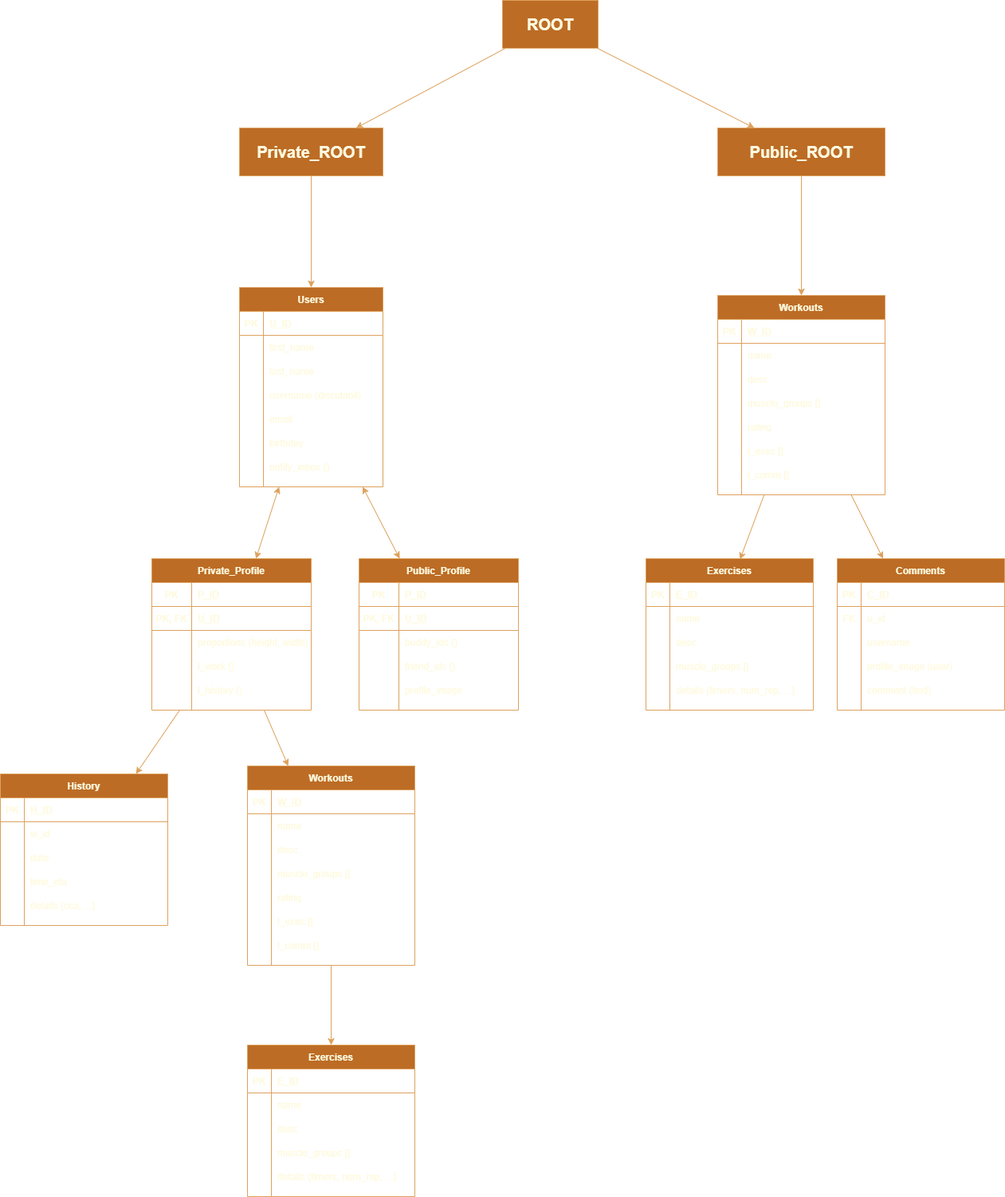
The draw.io diagram database.png in Dawlau/Fitwork, before a commit. Source tidied: cells renumbered, new cells last; positions are measured from the earlier drawing's top-left corner, leaving out a move shared by most shapes.
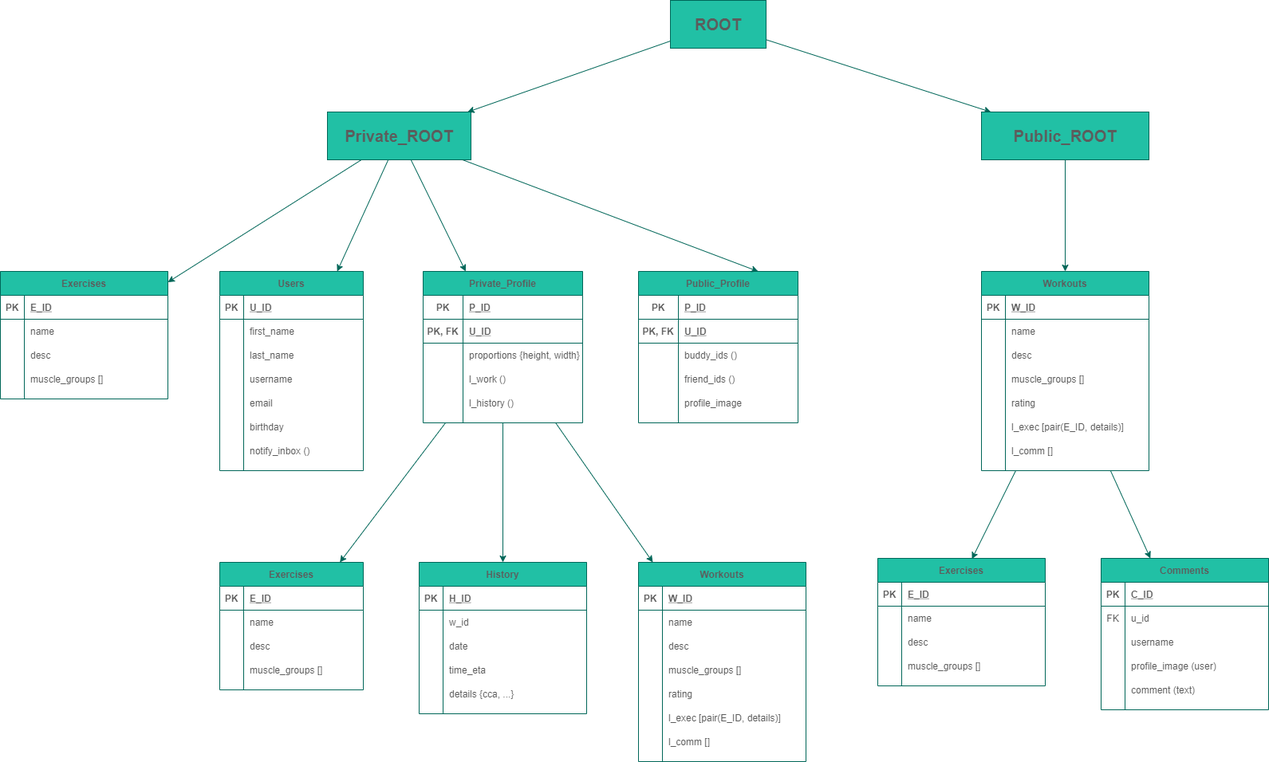
After the change.

Commit message:
updated database scheme

Change to the diagram source:
```diff
@@ -5,3 +5,3 @@
     <mxCell id="2" value="Users" style="shape=table;startSize=30;rowLines=0;fontStyle=1;align=center;fillColor=#21C0A5;strokeColor=#006658;fontColor=#5C5C5C;" parent="1" vertex="1">
-      <mxGeometry x="300" y="360" width="180" height="250" as="geometry" />
+      <mxGeometry x="255" y="360" width="180" height="250" as="geometry" />
     </mxCell>
@@ -40,3 +40,3 @@
     </mxCell>
-    <mxCell id="14" value="username (discutabil)" style="shape=partialRectangle;fillColor=none;top=0;left=0;bottom=0;right=0;align=left;spacingLeft=6;overflow=hidden;strokeColor=#006658;fontColor=#5C5C5C;" parent="12" vertex="1">
+    <mxCell id="14" value="username" style="shape=partialRectangle;fillColor=none;top=0;left=0;bottom=0;right=0;align=left;spacingLeft=6;overflow=hidden;strokeColor=#006658;fontColor=#5C5C5C;" parent="12" vertex="1">
       <mxGeometry x="30" width="150" height="30" as="geometry" />
@@ -70,52 +70,4 @@
     </mxCell>
-    <mxCell id="24" value="Exercises" style="shape=table;startSize=30;rowLines=0;fontStyle=1;align=center;fillColor=#21C0A5;strokeColor=#006658;fontColor=#5C5C5C;" parent="1" vertex="1">
-      <mxGeometry x="310" y="1310" width="210" height="190" as="geometry" />
-    </mxCell>
-    <mxCell id="25" style="shape=partialRectangle;fillColor=none;top=0;left=0;bottom=1;right=0;strokeColor=#006658;fontColor=#5C5C5C;" parent="24" vertex="1">
-      <mxGeometry y="30" width="210" height="30" as="geometry" />
-    </mxCell>
-    <mxCell id="26" value="PK" style="shape=partialRectangle;fillColor=none;top=0;left=0;bottom=0;right=0;fontStyle=1;overflow=hidden;strokeColor=#006658;fontColor=#5C5C5C;" parent="25" vertex="1">
-      <mxGeometry width="30" height="30" as="geometry" />
-    </mxCell>
-    <mxCell id="27" value="E_ID" style="shape=partialRectangle;fillColor=none;top=0;left=0;bottom=0;right=0;align=left;spacingLeft=6;fontStyle=5;overflow=hidden;strokeColor=#006658;fontColor=#5C5C5C;" parent="25" vertex="1">
-      <mxGeometry x="30" width="180" height="30" as="geometry" />
-    </mxCell>
-    <mxCell id="28" style="shape=partialRectangle;fillColor=none;top=0;left=0;bottom=0;right=0;strokeColor=#006658;fontColor=#5C5C5C;" parent="24" vertex="1">
-      <mxGeometry y="60" width="210" height="30" as="geometry" />
-    </mxCell>
-    <mxCell id="29" style="shape=partialRectangle;fillColor=none;top=0;left=0;bottom=0;right=0;overflow=hidden;strokeColor=#006658;fontColor=#5C5C5C;" parent="28" vertex="1">
-      <mxGeometry width="30" height="30" as="geometry" />
-    </mxCell>
-    <mxCell id="30" value="name" style="shape=partialRectangle;fillColor=none;top=0;left=0;bottom=0;right=0;align=left;spacingLeft=6;overflow=hidden;strokeColor=#006658;fontColor=#5C5C5C;" parent="28" vertex="1">
-      <mxGeometry x="30" width="180" height="30" as="geometry" />
-    </mxCell>
-    <mxCell id="31" style="shape=partialRectangle;fillColor=none;top=0;left=0;bottom=0;right=0;strokeColor=#006658;fontColor=#5C5C5C;" parent="24" vertex="1">
-      <mxGeometry y="90" width="210" height="30" as="geometry" />
-    </mxCell>
-    <mxCell id="32" style="shape=partialRectangle;fillColor=none;top=0;left=0;bottom=0;right=0;overflow=hidden;strokeColor=#006658;fontColor=#5C5C5C;" parent="31" vertex="1">
-      <mxGeometry width="30" height="30" as="geometry" />
-    </mxCell>
-    <mxCell id="33" value="desc" style="shape=partialRectangle;fillColor=none;top=0;left=0;bottom=0;right=0;align=left;spacingLeft=6;overflow=hidden;strokeColor=#006658;fontColor=#5C5C5C;" parent="31" vertex="1">
-      <mxGeometry x="30" width="180" height="30" as="geometry" />
-    </mxCell>
-    <mxCell id="34" style="shape=partialRectangle;fillColor=none;top=0;left=0;bottom=0;right=0;strokeColor=#006658;fontColor=#5C5C5C;" parent="24" vertex="1">
-      <mxGeometry y="120" width="210" height="30" as="geometry" />
-    </mxCell>
-    <mxCell id="35" style="shape=partialRectangle;fillColor=none;top=0;left=0;bottom=0;right=0;overflow=hidden;strokeColor=#006658;fontColor=#5C5C5C;" parent="34" vertex="1">
-      <mxGeometry width="30" height="30" as="geometry" />
-    </mxCell>
-    <mxCell id="36" value="muscle_groups []" style="shape=partialRectangle;fillColor=none;top=0;left=0;bottom=0;right=0;align=left;spacingLeft=6;overflow=hidden;strokeColor=#006658;fontColor=#5C5C5C;" parent="34" vertex="1">
-      <mxGeometry x="30" width="180" height="30" as="geometry" />
-    </mxCell>
-    <mxCell id="37" style="shape=partialRectangle;fillColor=none;top=0;left=0;bottom=0;right=0;strokeColor=#006658;fontColor=#5C5C5C;" parent="24" vertex="1">
-      <mxGeometry y="150" width="210" height="30" as="geometry" />
-    </mxCell>
-    <mxCell id="38" style="shape=partialRectangle;fillColor=none;top=0;left=0;bottom=0;right=0;overflow=hidden;strokeColor=#006658;fontColor=#5C5C5C;" parent="37" vertex="1">
-      <mxGeometry width="30" height="30" as="geometry" />
-    </mxCell>
-    <mxCell id="39" value="details {timers, num_rep, ...}" style="shape=partialRectangle;fillColor=none;top=0;left=0;bottom=0;right=0;align=left;spacingLeft=6;overflow=hidden;strokeColor=#006658;fontColor=#5C5C5C;" parent="37" vertex="1">
-      <mxGeometry x="30" width="180" height="30" as="geometry" />
-    </mxCell>
     <mxCell id="40" value="Workouts" style="shape=table;startSize=30;rowLines=0;fontStyle=1;align=center;fillColor=#21C0A5;strokeColor=#006658;fontColor=#5C5C5C;" parent="1" vertex="1">
-      <mxGeometry x="310" y="960" width="210" height="250" as="geometry" />
+      <mxGeometry x="780" y="725" width="210" height="250" as="geometry" />
     </mxCell>
@@ -172,3 +124,3 @@
     </mxCell>
-    <mxCell id="58" value="l_exec []" style="shape=partialRectangle;fillColor=none;top=0;left=0;bottom=0;right=0;align=left;spacingLeft=6;overflow=hidden;strokeColor=#006658;fontColor=#5C5C5C;" parent="56" vertex="1">
+    <mxCell id="58" value="l_exec [pair(E_ID, details)]" style="shape=partialRectangle;fillColor=none;top=0;left=0;bottom=0;right=0;align=left;spacingLeft=6;overflow=hidden;strokeColor=#006658;fontColor=#5C5C5C;" parent="56" vertex="1">
       <mxGeometry x="30" width="180" height="30" as="geometry" />
@@ -184,7 +136,4 @@
     </mxCell>
-    <mxCell id="62" style="endArrow=classic;html=1;strokeColor=#006658;fillColor=#21C0A5;fontColor=#5C5C5C;" parent="1" edge="1" source="40" target="24">
-      <mxGeometry relative="1" as="geometry" />
-    </mxCell>
     <mxCell id="63" value="Private_Profile" style="shape=table;startSize=30;rowLines=0;fontStyle=1;align=center;fillColor=#21C0A5;strokeColor=#006658;fontColor=#5C5C5C;" parent="1" vertex="1">
-      <mxGeometry x="190" y="700" width="200" height="190" as="geometry" />
+      <mxGeometry x="510" y="360" width="200" height="190" as="geometry" />
     </mxCell>
@@ -235,5 +184,2 @@
     </mxCell>
-    <mxCell id="79" style="endArrow=classic;startArrow=classic;html=1;strokeColor=#006658;fillColor=#21C0A5;fontColor=#5C5C5C;" parent="1" edge="1" source="63" target="2">
-      <mxGeometry relative="1" as="geometry" />
-    </mxCell>
     <mxCell id="80" style="endArrow=classic;html=1;strokeColor=#006658;fillColor=#21C0A5;fontColor=#5C5C5C;" parent="1" edge="1" source="63" target="40">
@@ -242,3 +188,3 @@
     <mxCell id="81" value="Exercises" style="shape=table;startSize=30;rowLines=0;fontStyle=1;align=center;fillColor=#21C0A5;strokeColor=#006658;fontColor=#5C5C5C;" parent="1" vertex="1">
-      <mxGeometry x="810" y="700" width="210" height="190" as="geometry" />
+      <mxGeometry x="1080" y="720" width="210" height="160" as="geometry" />
     </mxCell>
@@ -280,13 +226,4 @@
     </mxCell>
-    <mxCell id="94" style="shape=partialRectangle;fillColor=none;top=0;left=0;bottom=0;right=0;strokeColor=#006658;fontColor=#5C5C5C;" parent="81" vertex="1">
-      <mxGeometry y="150" width="210" height="30" as="geometry" />
-    </mxCell>
-    <mxCell id="95" style="shape=partialRectangle;fillColor=none;top=0;left=0;bottom=0;right=0;overflow=hidden;strokeColor=#006658;fontColor=#5C5C5C;" parent="94" vertex="1">
-      <mxGeometry width="30" height="30" as="geometry" />
-    </mxCell>
-    <mxCell id="96" value="details {timers, num_rep, ...}" style="shape=partialRectangle;fillColor=none;top=0;left=0;bottom=0;right=0;align=left;spacingLeft=6;overflow=hidden;strokeColor=#006658;fontColor=#5C5C5C;" parent="94" vertex="1">
-      <mxGeometry x="30" width="180" height="30" as="geometry" />
-    </mxCell>
     <mxCell id="97" value="Workouts" style="shape=table;startSize=30;rowLines=0;fontStyle=1;align=center;fillColor=#21C0A5;strokeColor=#006658;fontColor=#5C5C5C;" parent="1" vertex="1">
-      <mxGeometry x="900" y="370" width="210" height="250" as="geometry" />
+      <mxGeometry x="1210" y="360" width="210" height="250" as="geometry" />
     </mxCell>
@@ -343,3 +280,3 @@
     </mxCell>
-    <mxCell id="115" value="l_exec []" style="shape=partialRectangle;fillColor=none;top=0;left=0;bottom=0;right=0;align=left;spacingLeft=6;overflow=hidden;strokeColor=#006658;fontColor=#5C5C5C;" parent="113" vertex="1">
+    <mxCell id="115" value="l_exec [pair(E_ID, details)]" style="shape=partialRectangle;fillColor=none;top=0;left=0;bottom=0;right=0;align=left;spacingLeft=6;overflow=hidden;strokeColor=#006658;fontColor=#5C5C5C;" parent="113" vertex="1">
       <mxGeometry x="30" width="180" height="30" as="geometry" />
@@ -359,3 +296,3 @@
     <mxCell id="120" value="Comments" style="shape=table;startSize=30;rowLines=0;fontStyle=1;align=center;fillColor=#21C0A5;strokeColor=#006658;fontColor=#5C5C5C;" parent="1" vertex="1">
-      <mxGeometry x="1050" y="700" width="210" height="190" as="geometry" />
+      <mxGeometry x="1360" y="720" width="210" height="190" as="geometry" />
     </mxCell>
@@ -410,3 +347,3 @@
     <mxCell id="137" value="&lt;font style=&quot;font-size: 20px&quot;&gt;&lt;b&gt;ROOT&lt;/b&gt;&lt;/font&gt;" style="rounded=0;whiteSpace=wrap;html=1;sketch=0;strokeColor=#006658;fillColor=#21C0A5;fontColor=#5C5C5C;" parent="1" vertex="1">
-      <mxGeometry x="630" width="120" height="60" as="geometry" />
+      <mxGeometry x="820" y="20" width="120" height="60" as="geometry" />
     </mxCell>
@@ -419,6 +356,6 @@
     <mxCell id="140" value="&lt;font style=&quot;font-size: 20px&quot;&gt;&lt;b&gt;Private_ROOT&lt;/b&gt;&lt;/font&gt;" style="rounded=0;whiteSpace=wrap;html=1;sketch=0;strokeColor=#006658;fillColor=#21C0A5;fontColor=#5C5C5C;" parent="1" vertex="1">
-      <mxGeometry x="300" y="160" width="180" height="60" as="geometry" />
+      <mxGeometry x="390" y="160" width="180" height="60" as="geometry" />
     </mxCell>
     <mxCell id="141" value="&lt;font style=&quot;font-size: 20px&quot;&gt;&lt;b&gt;Public_ROOT&lt;/b&gt;&lt;/font&gt;" style="rounded=0;whiteSpace=wrap;html=1;sketch=0;strokeColor=#006658;fillColor=#21C0A5;fontColor=#5C5C5C;" parent="1" vertex="1">
-      <mxGeometry x="900" y="160" width="210" height="60" as="geometry" />
+      <mxGeometry x="1210" y="160" width="210" height="60" as="geometry" />
     </mxCell>
@@ -431,3 +368,3 @@
     <mxCell id="144" value="History" style="shape=table;startSize=30;rowLines=0;fontStyle=1;align=center;fillColor=#21C0A5;strokeColor=#006658;fontColor=#5C5C5C;" parent="1" vertex="1">
-      <mxGeometry y="970" width="210" height="190" as="geometry" />
+      <mxGeometry x="505" y="725" width="210" height="190" as="geometry" />
     </mxCell>
@@ -482,3 +419,3 @@
     <mxCell id="161" value="Public_Profile" style="shape=table;startSize=30;rowLines=0;fontStyle=1;align=center;fillColor=#21C0A5;strokeColor=#006658;fontColor=#5C5C5C;" parent="1" vertex="1">
-      <mxGeometry x="450" y="700" width="200" height="190" as="geometry" />
+      <mxGeometry x="780" y="360" width="200" height="190" as="geometry" />
     </mxCell>
@@ -529,5 +466,92 @@
     </mxCell>
-    <mxCell id="177" style="endArrow=classic;startArrow=classic;html=1;strokeColor=#006658;fillColor=#21C0A5;fontColor=#5C5C5C;" parent="1" edge="1" source="161" target="2">
-      <mxGeometry relative="1" as="geometry" />
-    </mxCell>
+    <mxCell id="178" value="Exercises" style="shape=table;startSize=30;rowLines=0;fontStyle=1;align=center;fillColor=#21C0A5;strokeColor=#006658;fontColor=#5C5C5C;" parent="1" vertex="1">
+      <mxGeometry x="-20" y="360" width="210" height="160" as="geometry" />
+    </mxCell>
+    <mxCell id="25" style="shape=partialRectangle;fillColor=none;top=0;left=0;bottom=1;right=0;strokeColor=#006658;fontColor=#5C5C5C;" parent="178" vertex="1">
+      <mxGeometry y="30" width="210" height="30" as="geometry" />
+    </mxCell>
+    <mxCell id="179" value="PK" style="shape=partialRectangle;fillColor=none;top=0;left=0;bottom=0;right=0;fontStyle=1;overflow=hidden;strokeColor=#006658;fontColor=#5C5C5C;" parent="25" vertex="1">
+      <mxGeometry width="30" height="30" as="geometry" />
+    </mxCell>
+    <mxCell id="27" value="E_ID" style="shape=partialRectangle;fillColor=none;top=0;left=0;bottom=0;right=0;align=left;spacingLeft=6;fontStyle=5;overflow=hidden;strokeColor=#006658;fontColor=#5C5C5C;" parent="25" vertex="1">
+      <mxGeometry x="30" width="180" height="30" as="geometry" />
+    </mxCell>
+    <mxCell id="28" style="shape=partialRectangle;fillColor=none;top=0;left=0;bottom=0;right=0;strokeColor=#006658;fontColor=#5C5C5C;" parent="178" vertex="1">
+      <mxGeometry y="60" width="210" height="30" as="geometry" />
+    </mxCell>
+    <mxCell id="180" style="shape=partialRectangle;fillColor=none;top=0;left=0;bottom=0;right=0;overflow=hidden;strokeColor=#006658;fontColor=#5C5C5C;" parent="28" vertex="1">
+      <mxGeometry width="30" height="30" as="geometry" />
+    </mxCell>
+    <mxCell id="30" value="name" style="shape=partialRectangle;fillColor=none;top=0;left=0;bottom=0;right=0;align=left;spacingLeft=6;overflow=hidden;strokeColor=#006658;fontColor=#5C5C5C;" parent="28" vertex="1">
+      <mxGeometry x="30" width="180" height="30" as="geometry" />
+    </mxCell>
+    <mxCell id="31" style="shape=partialRectangle;fillColor=none;top=0;left=0;bottom=0;right=0;strokeColor=#006658;fontColor=#5C5C5C;" parent="178" vertex="1">
+      <mxGeometry y="90" width="210" height="30" as="geometry" />
+    </mxCell>
+    <mxCell id="181" style="shape=partialRectangle;fillColor=none;top=0;left=0;bottom=0;right=0;overflow=hidden;strokeColor=#006658;fontColor=#5C5C5C;" parent="31" vertex="1">
+      <mxGeometry width="30" height="30" as="geometry" />
+    </mxCell>
+    <mxCell id="33" value="desc" style="shape=partialRectangle;fillColor=none;top=0;left=0;bottom=0;right=0;align=left;spacingLeft=6;overflow=hidden;strokeColor=#006658;fontColor=#5C5C5C;" parent="31" vertex="1">
+      <mxGeometry x="30" width="180" height="30" as="geometry" />
+    </mxCell>
+    <mxCell id="34" style="shape=partialRectangle;fillColor=none;top=0;left=0;bottom=0;right=0;strokeColor=#006658;fontColor=#5C5C5C;" parent="178" vertex="1">
+      <mxGeometry y="120" width="210" height="30" as="geometry" />
+    </mxCell>
+    <mxCell id="182" style="shape=partialRectangle;fillColor=none;top=0;left=0;bottom=0;right=0;overflow=hidden;strokeColor=#006658;fontColor=#5C5C5C;" parent="34" vertex="1">
+      <mxGeometry width="30" height="30" as="geometry" />
+    </mxCell>
+    <mxCell id="36" value="muscle_groups []" style="shape=partialRectangle;fillColor=none;top=0;left=0;bottom=0;right=0;align=left;spacingLeft=6;overflow=hidden;strokeColor=#006658;fontColor=#5C5C5C;" parent="34" vertex="1">
+      <mxGeometry x="30" width="180" height="30" as="geometry" />
+    </mxCell>
+    <mxCell id="183" style="endArrow=classic;html=1;strokeColor=#006658;fillColor=#21C0A5;fontColor=#5C5C5C;" parent="1" edge="1" source="140" target="178">
+      <mxGeometry relative="1" as="geometry" />
+    </mxCell>
+    <mxCell id="184" style="endArrow=classic;html=1;strokeColor=#006658;fillColor=#21C0A5;fontColor=#5C5C5C;" parent="1" edge="1" source="140" target="63">
+      <mxGeometry relative="1" as="geometry" />
+    </mxCell>
+    <mxCell id="185" style="endArrow=classic;html=1;strokeColor=#006658;fillColor=#21C0A5;fontColor=#5C5C5C;entryX=0.75;entryY=0;entryDx=0;entryDy=0;" parent="1" edge="1" source="140" target="161">
+      <mxGeometry relative="1" as="geometry" />
+    </mxCell>
+    <mxCell id="186" value="Exercises" style="shape=table;startSize=30;rowLines=0;fontStyle=1;align=center;fillColor=#21C0A5;strokeColor=#006658;fontColor=#5C5C5C;" parent="1" vertex="1">
+      <mxGeometry x="255" y="725" width="180" height="160" as="geometry" />
+    </mxCell>
+    <mxCell id="187" style="shape=partialRectangle;fillColor=none;top=0;left=0;bottom=1;right=0;strokeColor=#006658;fontColor=#5C5C5C;" parent="186" vertex="1">
+      <mxGeometry y="30" width="180" height="30" as="geometry" />
+    </mxCell>
+    <mxCell id="188" value="PK" style="shape=partialRectangle;fillColor=none;top=0;left=0;bottom=0;right=0;fontStyle=1;overflow=hidden;strokeColor=#006658;fontColor=#5C5C5C;" parent="187" vertex="1">
+      <mxGeometry width="30" height="30" as="geometry" />
+    </mxCell>
+    <mxCell id="189" value="E_ID" style="shape=partialRectangle;fillColor=none;top=0;left=0;bottom=0;right=0;align=left;spacingLeft=6;fontStyle=5;overflow=hidden;strokeColor=#006658;fontColor=#5C5C5C;" parent="187" vertex="1">
+      <mxGeometry x="30" width="150" height="30" as="geometry" />
+    </mxCell>
+    <mxCell id="190" style="shape=partialRectangle;fillColor=none;top=0;left=0;bottom=0;right=0;strokeColor=#006658;fontColor=#5C5C5C;" parent="186" vertex="1">
+      <mxGeometry y="60" width="180" height="30" as="geometry" />
+    </mxCell>
+    <mxCell id="191" style="shape=partialRectangle;fillColor=none;top=0;left=0;bottom=0;right=0;overflow=hidden;strokeColor=#006658;fontColor=#5C5C5C;" parent="190" vertex="1">
+      <mxGeometry width="30" height="30" as="geometry" />
+    </mxCell>
+    <mxCell id="192" value="name" style="shape=partialRectangle;fillColor=none;top=0;left=0;bottom=0;right=0;align=left;spacingLeft=6;overflow=hidden;strokeColor=#006658;fontColor=#5C5C5C;" parent="190" vertex="1">
+      <mxGeometry x="30" width="150" height="30" as="geometry" />
+    </mxCell>
+    <mxCell id="193" style="shape=partialRectangle;fillColor=none;top=0;left=0;bottom=0;right=0;strokeColor=#006658;fontColor=#5C5C5C;" parent="186" vertex="1">
+      <mxGeometry y="90" width="180" height="30" as="geometry" />
+    </mxCell>
+    <mxCell id="194" style="shape=partialRectangle;fillColor=none;top=0;left=0;bottom=0;right=0;overflow=hidden;strokeColor=#006658;fontColor=#5C5C5C;" parent="193" vertex="1">
+      <mxGeometry width="30" height="30" as="geometry" />
+    </mxCell>
+    <mxCell id="195" value="desc" style="shape=partialRectangle;fillColor=none;top=0;left=0;bottom=0;right=0;align=left;spacingLeft=6;overflow=hidden;strokeColor=#006658;fontColor=#5C5C5C;" parent="193" vertex="1">
+      <mxGeometry x="30" width="150" height="30" as="geometry" />
+    </mxCell>
+    <mxCell id="196" style="shape=partialRectangle;fillColor=none;top=0;left=0;bottom=0;right=0;strokeColor=#006658;fontColor=#5C5C5C;" parent="186" vertex="1">
+      <mxGeometry y="120" width="180" height="30" as="geometry" />
+    </mxCell>
+    <mxCell id="197" style="shape=partialRectangle;fillColor=none;top=0;left=0;bottom=0;right=0;overflow=hidden;strokeColor=#006658;fontColor=#5C5C5C;" parent="196" vertex="1">
+      <mxGeometry width="30" height="30" as="geometry" />
+    </mxCell>
+    <mxCell id="198" value="muscle_groups []" style="shape=partialRectangle;fillColor=none;top=0;left=0;bottom=0;right=0;align=left;spacingLeft=6;overflow=hidden;strokeColor=#006658;fontColor=#5C5C5C;" parent="196" vertex="1">
+      <mxGeometry x="30" width="150" height="30" as="geometry" />
+    </mxCell>
+    <mxCell id="199" style="endArrow=classic;html=1;strokeColor=#006658;fillColor=#21C0A5;fontColor=#5C5C5C;" parent="1" edge="1" source="63" target="186">
+      <mxGeometry relative="1" as="geometry" />
+    </mxCell>
   </root>
```
